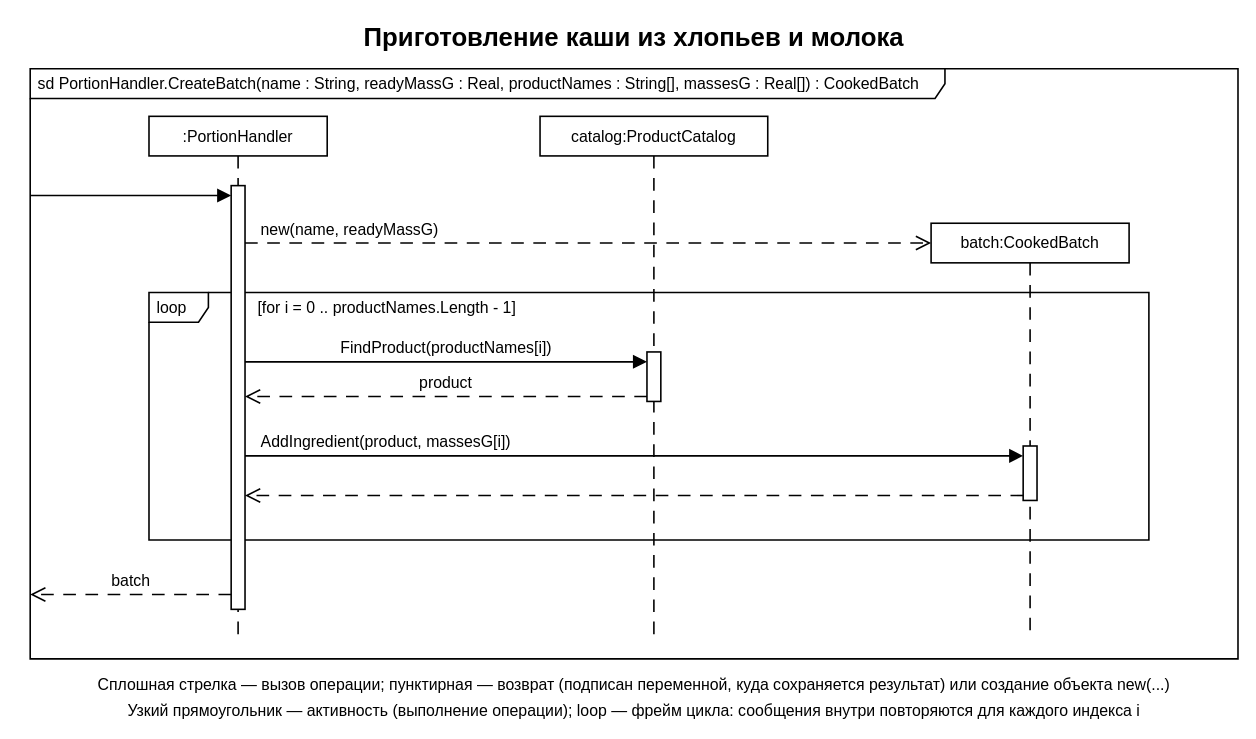
Above: page "2.2 Диаграмма последовательностей CreateBatch" (5 of 11) of Лабораторная 3/Счётчик калорий.drawio in Vvvv4a40/OOAP (draw.io), before the change. Source tidied: cells renumbered, new cells numbered last; positions are measured from the earlier drawing's top-left corner, leaving out a move shared by most shapes. Both pictures are drawn from the tidied source at 99%, with x=0, y=0 at pixel (30, 17).
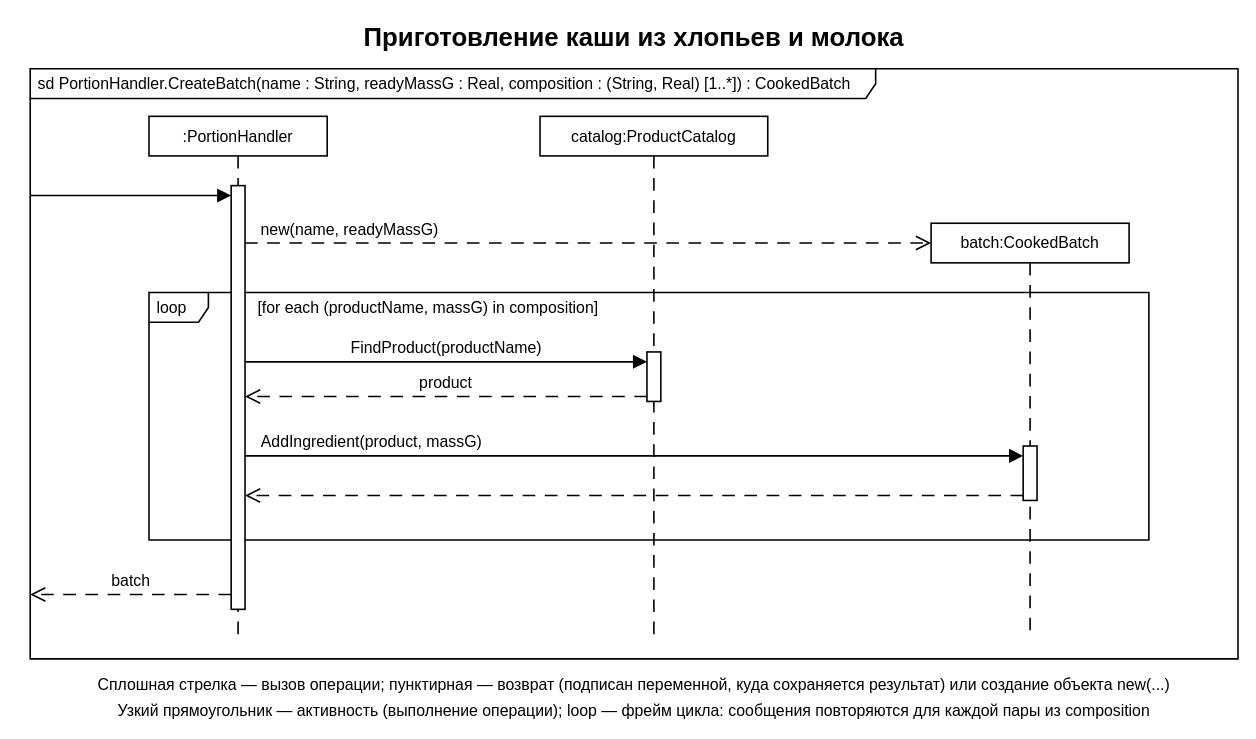
After the change.

The edit, as a diff of the source:
```diff
@@
-    <mxCell id="2" style="shape=umlFrame;html=0;whiteSpace=wrap;fillColor=none;strokeColor=#000000;strokeWidth=1.6;fontColor=#000000;fontFamily=Arial;width=924;height=30;" parent="1" vertex="1">
+    <mxCell id="2" style="shape=umlFrame;html=0;whiteSpace=wrap;fillColor=none;strokeColor=#000000;strokeWidth=1.6;fontColor=#000000;fontFamily=Arial;width=854;height=30;" parent="1" vertex="1">
       <mxGeometry y="52" width="1220" height="596" as="geometry" />
     </mxCell>
@@
-    <mxCell id="21" value="sd PortionHandler.CreateBatch(name : String, readyMassG : Real, productNames : String[], massesG : Real[]) : CookedBatch" style="text;html=0;whiteSpace=wrap;overflow=hidden;rounded=0;strokeColor=none;fillColor=none;fontColor=#000000;fontFamily=Arial;spacing=0;fontSize=16;fontStyle=0;align=left;verticalAlign=middle;" parent="1" vertex="1">
-      <mxGeometry x="8" y="52" width="908" height="30" as="geometry" />
+    <mxCell id="21" value="sd PortionHandler.CreateBatch(name : String, readyMassG : Real, composition : (String, Real) [1..*]) : CookedBatch" style="text;html=0;whiteSpace=wrap;overflow=hidden;rounded=0;strokeColor=none;fillColor=none;fontColor=#000000;fontFamily=Arial;spacing=0;fontSize=16;fontStyle=0;align=left;verticalAlign=middle;" parent="1" vertex="1">
+      <mxGeometry x="8" y="52" width="838" height="30" as="geometry" />
     </mxCell>
@@
-    <mxCell id="24" value="[for i = 0 .. productNames.Length - 1]" style="text;html=0;whiteSpace=wrap;overflow=hidden;rounded=0;strokeColor=none;fillColor=none;fontColor=#000000;fontFamily=Arial;spacing=0;fontSize=16;fontStyle=0;align=left;verticalAlign=middle;" parent="1" vertex="1">
-      <mxGeometry x="230" y="281" width="272" height="24" as="geometry" />
+    <mxCell id="24" value="[for each (productName, massG) in composition]" style="text;html=0;whiteSpace=wrap;overflow=hidden;rounded=0;strokeColor=none;fillColor=none;fontColor=#000000;fontFamily=Arial;spacing=0;fontSize=16;fontStyle=0;align=left;verticalAlign=middle;" parent="1" vertex="1">
+      <mxGeometry x="230" y="281" width="357" height="24" as="geometry" />
     </mxCell>
-    <mxCell id="25" value="FindProduct(productNames[i])" style="text;html=0;whiteSpace=wrap;overflow=hidden;rounded=0;strokeColor=none;fillColor=none;fontColor=#000000;fontFamily=Arial;spacing=0;fontSize=16;fontStyle=0;align=center;verticalAlign=middle;" parent="1" vertex="1">
-      <mxGeometry x="306.5" y="323" width="227" height="22" as="geometry" />
+    <mxCell id="25" value="FindProduct(productName)" style="text;html=0;whiteSpace=wrap;overflow=hidden;rounded=0;strokeColor=none;fillColor=none;fontColor=#000000;fontFamily=Arial;spacing=0;fontSize=16;fontStyle=0;align=center;verticalAlign=middle;" parent="1" vertex="1">
+      <mxGeometry x="316.5" y="323" width="207" height="22" as="geometry" />
     </mxCell>
@@
-    <mxCell id="27" value="AddIngredient(product, massesG[i])" style="text;html=0;whiteSpace=wrap;overflow=hidden;rounded=0;strokeColor=none;fillColor=none;fontColor=#000000;fontFamily=Arial;spacing=0;fontSize=16;fontStyle=0;align=center;verticalAlign=middle;" parent="1" vertex="1">
-      <mxGeometry x="227" y="418" width="265" height="22" as="geometry" />
+    <mxCell id="27" value="AddIngredient(product, massG)" style="text;html=0;whiteSpace=wrap;overflow=hidden;rounded=0;strokeColor=none;fillColor=none;fontColor=#000000;fontFamily=Arial;spacing=0;fontSize=16;fontStyle=0;align=center;verticalAlign=middle;" parent="1" vertex="1">
+      <mxGeometry x="227" y="418" width="236" height="22" as="geometry" />
     </mxCell>
@@
-    <mxCell id="30" value="Узкий прямоугольник — активность (выполнение операции); loop — фрейм цикла: сообщения внутри повторяются для каждого индекса i" style="text;html=0;whiteSpace=wrap;overflow=hidden;rounded=0;strokeColor=none;fillColor=none;fontColor=#000000;fontFamily=Arial;spacing=0;fontSize=16;fontStyle=0;align=center;verticalAlign=middle;" parent="1" vertex="1">
+    <mxCell id="30" value="Узкий прямоугольник — активность (выполнение операции); loop — фрейм цикла: сообщения повторяются для каждой пары из composition" style="text;html=0;whiteSpace=wrap;overflow=hidden;rounded=0;strokeColor=none;fillColor=none;fontColor=#000000;fontFamily=Arial;spacing=0;fontSize=16;fontStyle=0;align=center;verticalAlign=middle;" parent="1" vertex="1">
       <mxGeometry y="688" width="1220" height="24" as="geometry" />
     </mxCell>
```
